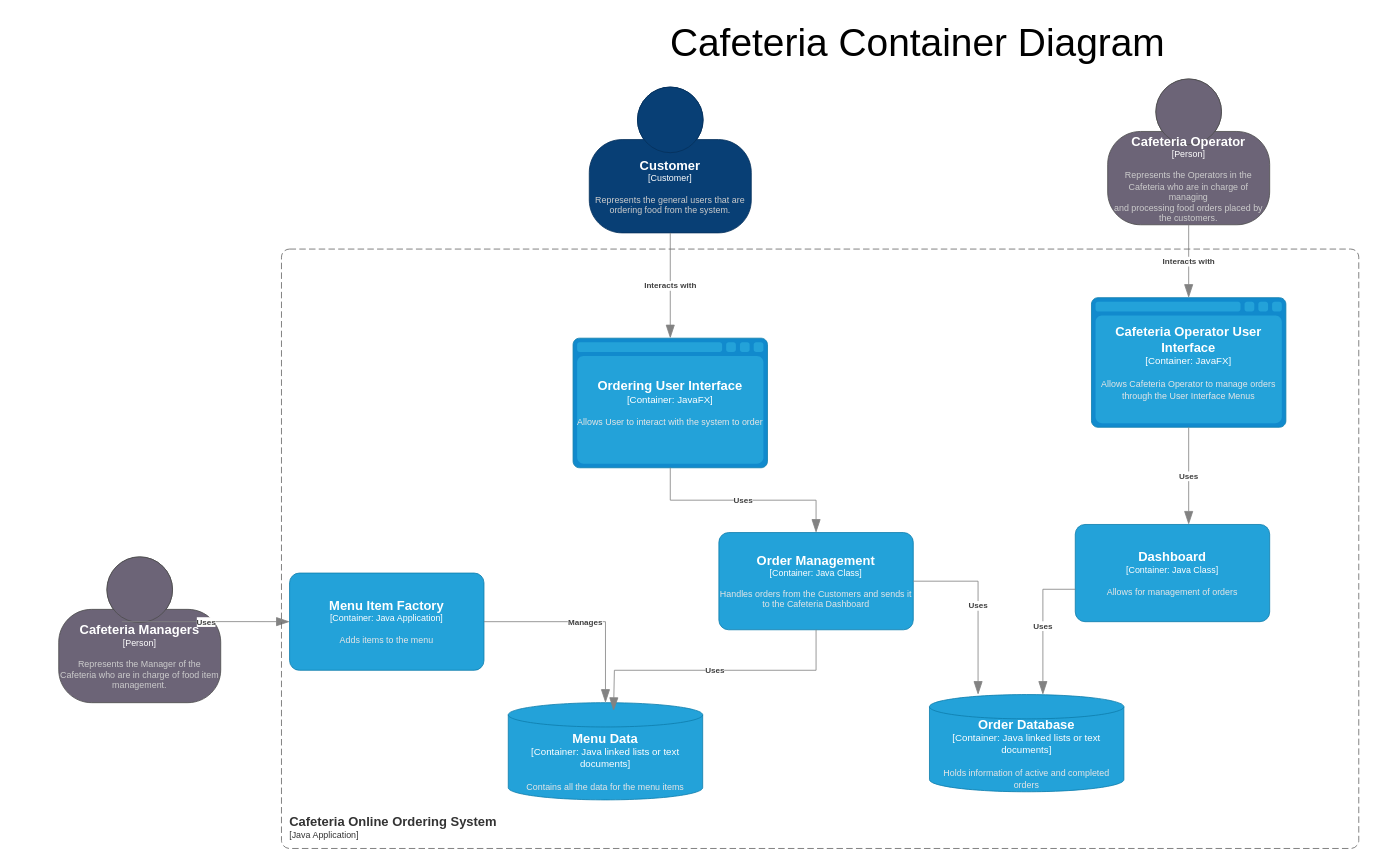
EstevanPerezASU/PsycheSurfaceDataVR keeps this draw.io diagram as BasicDiagram.drawio. Above is the earlier version. Source tidied: cells renumbered, new cells numbered last; positions are measured from the earlier drawing's top-left corner, leaving out a move shared by most shapes. Both pictures are drawn from the tidied source at 81%, with x=0, y=0 at pixel (58, 14).
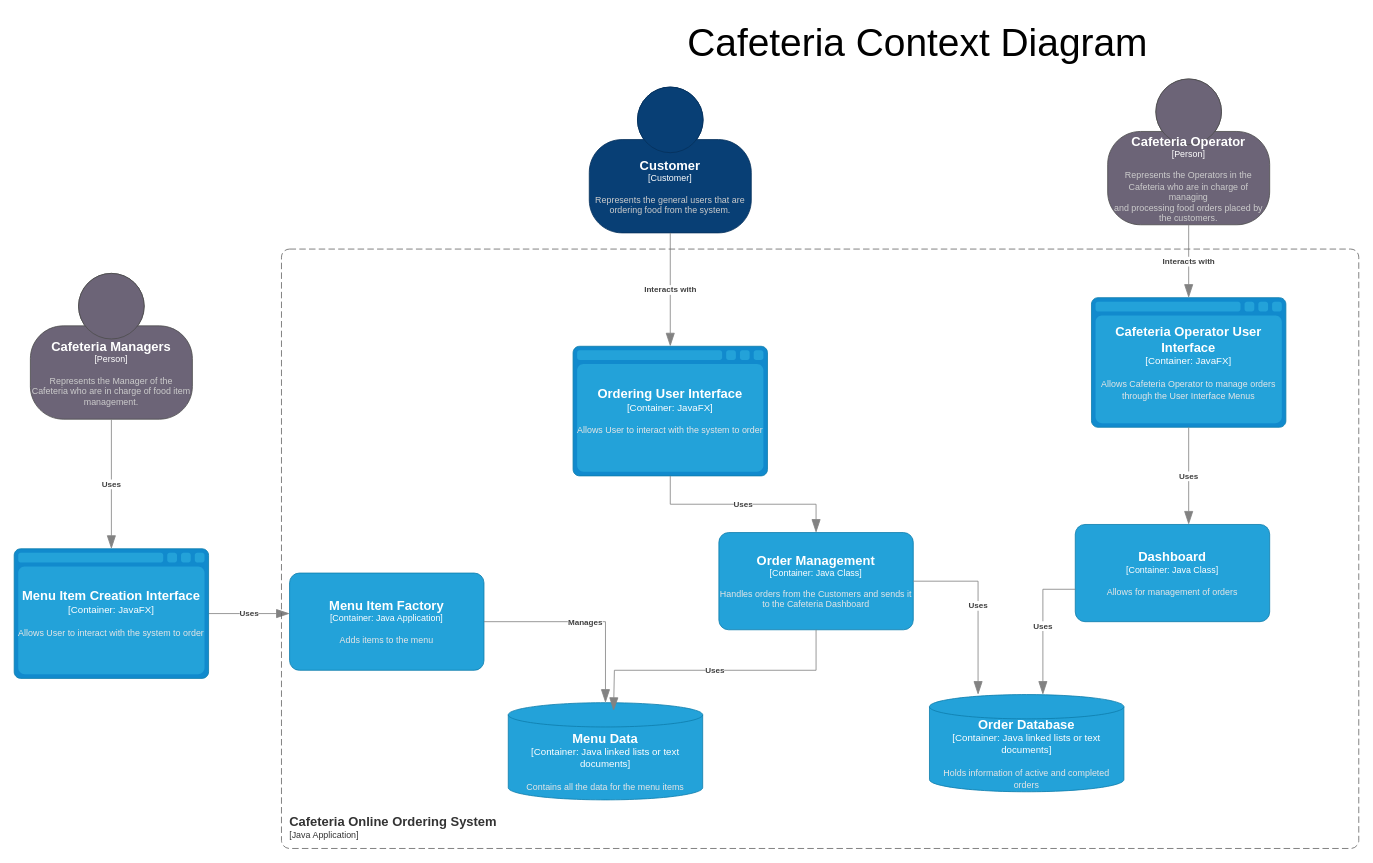
Above is the later version.

The change refers to these unchanged cells:
```xml
<object id="19" label="&lt;font style=&quot;font-size: 16px&quot;&gt;&lt;b&gt;%c4Name%&lt;/b&gt;&lt;/font&gt;&lt;div&gt;[%c4Type%: %c4Technology%]&lt;/div&gt;&lt;br&gt;&lt;div&gt;&lt;font style=&quot;font-size: 11px&quot;&gt;&lt;font color=&quot;#E6E6E6&quot;&gt;%c4Description%&lt;/font&gt;&lt;/div&gt;" c4Description="Adds items to the menu" c4Name="Menu Item Factory&#10;" c4Technology="Java Application" c4Type="Container" placeholders="1">
  <mxCell style="rounded=1;whiteSpace=wrap;html=1;fontSize=11;labelBackgroundColor=none;fillColor=#23A2D9;fontColor=#ffffff;align=center;arcSize=10;strokeColor=#0E7DAD;points=[[0.25,0,0],[0.5,0,0],[0.75,0,0],[1,0.25,0],[1,0.5,0],[1,0.75,0],[0.75,1,0],[0.5,1,0],[0.25,1,0],[0,0.75,0],[0,0.5,0],[0,0.25,0]];" parent="1" vertex="1">
    <mxGeometry x="285" y="690" width="240" height="120" as="geometry" />
  </mxCell>
</object>
```

Change to the diagram source:
```diff
@@
     <object id="3" label="&lt;font style=&quot;font-size: 16px&quot;&gt;&lt;b&gt;%c4Name%&lt;/b&gt;&lt;/font&gt;&lt;div&gt;[%c4Type%:&amp;nbsp;%c4Technology%]&lt;/div&gt;&lt;br&gt;&lt;div&gt;&lt;font style=&quot;font-size: 11px&quot;&gt;&lt;font color=&quot;#E6E6E6&quot;&gt;%c4Description%&lt;/font&gt;&lt;/div&gt;" c4Description="Allows User to interact with the system to order" c4Name="Ordering User Interface" c4Technology="JavaFX" c4Type="Container" placeholders="1">
       <mxCell style="shape=mxgraph.c4.webBrowserContainer2;whiteSpace=wrap;html=1;boundedLbl=1;rounded=0;labelBackgroundColor=none;strokeColor=#118ACD;fillColor=#23A2D9;strokeColor=#118ACD;strokeColor2=#0E7DAD;fontSize=12;fontColor=#ffffff;align=center;points=[[0.5,0,0],[1,0.25,0],[1,0.5,0],[1,0.75,0],[0.5,1,0],[0,0.75,0],[0,0.5,0],[0,0.25,0]];" parent="1" vertex="1">
-        <mxGeometry x="635" y="400" width="240" height="160" as="geometry" />
+        <mxGeometry x="635" y="410" width="240" height="160" as="geometry" />
       </mxCell>
     </object>
@@
     <object id="15" label="&lt;font style=&quot;font-size: 16px&quot;&gt;&lt;b&gt;%c4Name%&lt;/b&gt;&lt;/font&gt;&lt;div&gt;[%c4Type%]&lt;/div&gt;&lt;br&gt;&lt;div&gt;&lt;font style=&quot;font-size: 11px&quot;&gt;&lt;font color=&quot;#cccccc&quot;&gt;%c4Description%&lt;/font&gt;&lt;/div&gt;" c4Description="Represents the Manager of the Cafeteria who are in charge of food item&#10;management." c4Name="Cafeteria Managers" c4Type="Person" placeholders="1">
       <mxCell style="html=1;fontSize=11;dashed=0;whiteSpace=wrap;fillColor=#6C6477;strokeColor=#4D4D4D;fontColor=#ffffff;shape=mxgraph.c4.person2;align=center;points=[[0.5,0,0],[1,0.5,0],[1,0.75,0],[0.75,1,0],[0.5,1,0],[0.25,1,0],[0,0.75,0],[0,0.5,0]];" parent="1" vertex="1">
-        <mxGeometry y="670" width="200" height="180" as="geometry" />
+        <mxGeometry x="-35" y="320" width="200" height="180" as="geometry" />
       </mxCell>
     </object>
@@
     <object id="17" label="&lt;div style=&quot;text-align: left&quot;&gt;&lt;div style=&quot;text-align: center&quot;&gt;&lt;b&gt;%c4Description%&lt;/b&gt;&lt;/div&gt;" c4Description="Uses" placeholders="1">
-      <mxCell style="endArrow=blockThin;html=1;fontSize=10;fontColor=#404040;strokeWidth=1;endFill=1;strokeColor=#828282;elbow=vertical;endSize=14;startSize=14;jumpStyle=arc;jumpSize=16;rounded=0;edgeStyle=orthogonalEdgeStyle;exitX=0.39;exitY=0.444;exitDx=0;exitDy=0;exitPerimeter=0;" parent="1" edge="1" source="15" target="19">
-        <mxGeometry relative="1" as="geometry" />
+      <mxCell style="endArrow=blockThin;html=1;fontSize=10;fontColor=#404040;strokeWidth=1;endFill=1;strokeColor=#828282;elbow=vertical;endSize=14;startSize=14;jumpStyle=arc;jumpSize=16;rounded=0;edgeStyle=orthogonalEdgeStyle;" parent="1" edge="1" source="23" target="19">
+        <mxGeometry relative="1" as="geometry">
+          <Array as="points">
+            <mxPoint x="265" y="740" />
+            <mxPoint x="265" y="740" />
+          </Array>
+        </mxGeometry>
       </mxCell>
     </object>
@@
-    <mxCell id="21" value="&lt;font style=&quot;font-size: 48px;&quot;&gt;Cafeteria Container Diagram&lt;/font&gt;" style="text;html=1;align=center;verticalAlign=middle;strokeColor=none;fillColor=none;" parent="1" vertex="1">
-      <mxGeometry x="745" width="630" height="70" as="geometry" />
+    <mxCell id="21" value="&lt;font style=&quot;font-size: 48px;&quot;&gt;Cafeteria Context Diagram&lt;/font&gt;" style="text;html=1;align=center;verticalAlign=middle;strokeColor=none;fillColor=none;" parent="1" vertex="1">
+      <mxGeometry x="765" width="590" height="70" as="geometry" />
     </mxCell>
@@
+    <object id="23" label="&lt;font style=&quot;font-size: 16px&quot;&gt;&lt;b&gt;%c4Name%&lt;/b&gt;&lt;/font&gt;&lt;div&gt;[%c4Type%:&amp;nbsp;%c4Technology%]&lt;/div&gt;&lt;br&gt;&lt;div&gt;&lt;font style=&quot;font-size: 11px&quot;&gt;&lt;font color=&quot;#E6E6E6&quot;&gt;%c4Description%&lt;/font&gt;&lt;/div&gt;" c4Description="Allows User to interact with the system to order" c4Name="Menu Item Creation Interface" c4Technology="JavaFX" c4Type="Container" placeholders="1">
+      <mxCell style="shape=mxgraph.c4.webBrowserContainer2;whiteSpace=wrap;html=1;boundedLbl=1;rounded=0;labelBackgroundColor=none;strokeColor=#118ACD;fillColor=#23A2D9;strokeColor=#118ACD;strokeColor2=#0E7DAD;fontSize=12;fontColor=#ffffff;align=center;points=[[0.5,0,0],[1,0.25,0],[1,0.5,0],[1,0.75,0],[0.5,1,0],[0,0.75,0],[0,0.5,0],[0,0.25,0]];" parent="1" vertex="1">
+        <mxGeometry x="-55" y="660" width="240" height="160" as="geometry" />
+      </mxCell>
+    </object>
+    <object id="24" label="&lt;div style=&quot;text-align: left&quot;&gt;&lt;div style=&quot;text-align: center&quot;&gt;&lt;b&gt;%c4Description%&lt;/b&gt;&lt;/div&gt;" c4Description="Uses" placeholders="1">
+      <mxCell style="endArrow=blockThin;html=1;fontSize=10;fontColor=#404040;strokeWidth=1;endFill=1;strokeColor=#828282;elbow=vertical;endSize=14;startSize=14;jumpStyle=arc;jumpSize=16;rounded=0;edgeStyle=orthogonalEdgeStyle;" parent="1" edge="1" source="15" target="23">
+        <mxGeometry relative="1" as="geometry" />
+      </mxCell>
+    </object>
```
